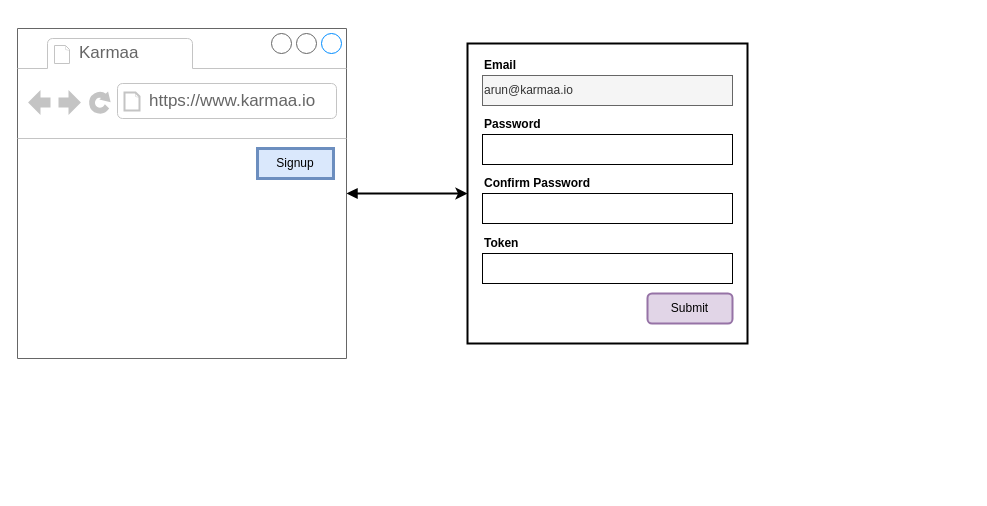
arunrao5g/karmaa keeps this draw.io diagram as page "Signup" (2 of 3) of Untitled Diagram.drawio. Above is the earlier version. Source tidied: cells renumbered, new cells numbered last; positions are measured from the earlier drawing's top-left corner, leaving out a move shared by most shapes. Both pictures are drawn from the tidied source at 100%, with x=0, y=0 at pixel (17, 28).
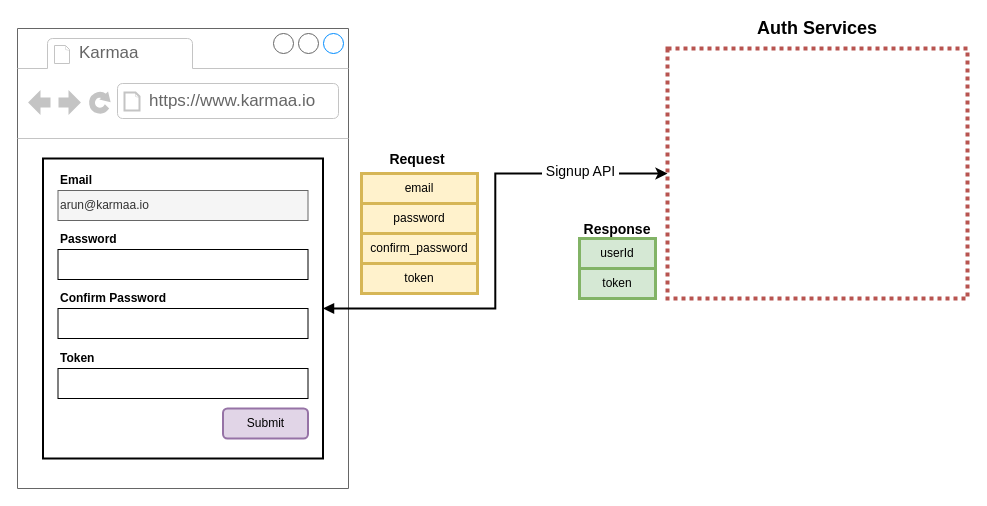
Above is the later version.

Unchanged cells that the change refers to:
```xml
<mxCell id="8" style="rounded=0;whiteSpace=wrap;html=1;strokeWidth=2;" parent="7" vertex="1">
  <mxGeometry width="280" height="300" as="geometry" />
</mxCell>
```

The edit, as a diff of the source:
```diff
@@
-    <mxCell id="2" style="edgeStyle=orthogonalEdgeStyle;rounded=0;jettySize=auto;html=1;entryX=0;entryY=0.5;entryDx=0;entryDy=0;startArrow=block;startFill=1;strokeWidth=2;" parent="1" edge="1" source="3" target="8">
-      <mxGeometry relative="1" as="geometry" />
-    </mxCell>
     <mxCell id="3" style="strokeWidth=1;shadow=0;dashed=0;align=center;html=1;shape=mxgraph.mockup.containers.browserWindow;rSize=0;fillColor=#ffffff;strokeColor=#666666;mainText=,;fontSize=24;fontColor=#000000;" parent="1" vertex="1">
-      <mxGeometry width="329" height="330" as="geometry" />
+      <mxGeometry width="331" height="460" as="geometry" />
     </mxCell>
@@
-    <mxCell id="6" value="Signup" style="rounded=0;whiteSpace=wrap;html=1;strokeWidth=3;fillColor=#dae8fc;strokeColor=#6c8ebf;" parent="3" vertex="1">
-      <mxGeometry x="240" y="120" width="76" height="30" as="geometry" />
-    </mxCell>
-    <mxCell id="7" style="group;" parent="1" vertex="1">
-      <mxGeometry x="450" y="15" width="280" height="300" as="geometry" />
+    <mxCell id="7" style="group;" parent="3" vertex="1">
+      <mxGeometry x="25.5" y="130" width="280" height="300" as="geometry" />
     </mxCell>
@@
+    <mxCell id="22" style="group;" parent="1" vertex="1">
+      <mxGeometry x="650" y="-10" width="300" height="280" as="geometry" />
+    </mxCell>
+    <mxCell id="23" style="rounded=0;whiteSpace=wrap;html=1;strokeWidth=4;fontSize=18;align=center;fillColor=none;dashed=1;dashPattern=1 1;strokeColor=#b85450;" parent="22" vertex="1">
+      <mxGeometry y="30" width="300" height="250" as="geometry" />
+    </mxCell>
+    <mxCell id="24" value="Auth Services" style="text;html=1;strokeColor=none;fillColor=none;align=center;verticalAlign=middle;whiteSpace=wrap;rounded=0;dashed=1;dashPattern=1 1;fontSize=18;fontStyle=1;" parent="22" vertex="1">
+      <mxGeometry x="75" width="150" height="20" as="geometry" />
+    </mxCell>
+    <mxCell id="25" style="group;" parent="1" vertex="1">
+      <mxGeometry x="560" y="190" width="80" height="80" as="geometry" />
+    </mxCell>
+    <mxCell id="26" style="group;" parent="25" vertex="1">
+      <mxGeometry x="2" y="20" width="76" height="60" as="geometry" />
+    </mxCell>
+    <mxCell id="27" value="userId" style="rounded=0;whiteSpace=wrap;html=1;strokeWidth=3;fillColor=#d5e8d4;strokeColor=#82b366;" parent="26" vertex="1">
+      <mxGeometry width="76" height="30" as="geometry" />
+    </mxCell>
+    <mxCell id="28" value="token" style="rounded=0;whiteSpace=wrap;html=1;strokeWidth=3;fillColor=#d5e8d4;strokeColor=#82b366;" parent="26" vertex="1">
+      <mxGeometry y="30" width="76" height="30" as="geometry" />
+    </mxCell>
+    <mxCell id="29" value="&lt;font style=&quot;font-size: 14px&quot;&gt;Response&lt;/font&gt;" style="text;html=1;strokeColor=none;fillColor=none;align=center;verticalAlign=middle;whiteSpace=wrap;rounded=0;dashed=1;dashPattern=1 1;fontSize=18;fontStyle=1;" parent="25" vertex="1">
+      <mxGeometry width="80" height="20" as="geometry" />
+    </mxCell>
+    <mxCell id="30" style="group;" parent="1" vertex="1">
+      <mxGeometry x="340" y="120" width="120" height="145" as="geometry" />
+    </mxCell>
+    <mxCell id="31" value="confirm_password" style="rounded=0;whiteSpace=wrap;html=1;strokeWidth=3;fillColor=#fff2cc;strokeColor=#d6b656;" parent="30" vertex="1">
+      <mxGeometry x="4" y="85" width="116" height="30" as="geometry" />
+    </mxCell>
+    <mxCell id="32" value="token" style="rounded=0;whiteSpace=wrap;html=1;strokeWidth=3;fillColor=#fff2cc;strokeColor=#d6b656;" parent="30" vertex="1">
+      <mxGeometry x="4" y="115" width="116" height="30" as="geometry" />
+    </mxCell>
+    <mxCell id="33" style="group;fillColor=#d5e8d4;strokeColor=#82b366;" parent="30" vertex="1">
+      <mxGeometry x="4" y="25" width="116" height="60" as="geometry" />
+    </mxCell>
+    <mxCell id="34" value="email" style="rounded=0;whiteSpace=wrap;html=1;strokeWidth=3;fillColor=#fff2cc;strokeColor=#d6b656;" parent="33" vertex="1">
+      <mxGeometry width="116" height="30" as="geometry" />
+    </mxCell>
+    <mxCell id="35" value="password" style="rounded=0;whiteSpace=wrap;html=1;strokeWidth=3;fillColor=#fff2cc;strokeColor=#d6b656;" parent="33" vertex="1">
+      <mxGeometry y="30" width="116" height="30" as="geometry" />
+    </mxCell>
+    <mxCell id="36" value="&lt;font style=&quot;font-size: 14px&quot;&gt;Request&lt;/font&gt;" style="text;html=1;strokeColor=none;fillColor=none;align=center;verticalAlign=middle;whiteSpace=wrap;rounded=0;dashed=1;dashPattern=1 1;fontSize=18;fontStyle=1;" parent="30" vertex="1">
+      <mxGeometry x="20" width="80" height="20" as="geometry" />
+    </mxCell>
+    <mxCell id="37" style="edgeStyle=orthogonalEdgeStyle;rounded=0;jettySize=auto;html=1;exitX=1;exitY=0.5;exitDx=0;exitDy=0;entryX=0;entryY=0.5;entryDx=0;entryDy=0;startArrow=block;startFill=1;strokeWidth=2;" parent="1" edge="1" source="8" target="23">
+      <mxGeometry relative="1" as="geometry" />
+    </mxCell>
+    <mxCell id="38" value="&lt;font style=&quot;font-size: 14px&quot;&gt;&amp;nbsp;Signup API&amp;nbsp;&lt;/font&gt;" style="edgeLabel;html=1;align=center;verticalAlign=middle;" parent="37" vertex="1">
+      <mxGeometry x="0.5" y="1" relative="1" as="geometry">
+        <mxPoint x="31.5" y="-2" as="offset" />
+      </mxGeometry>
+    </mxCell>
```
